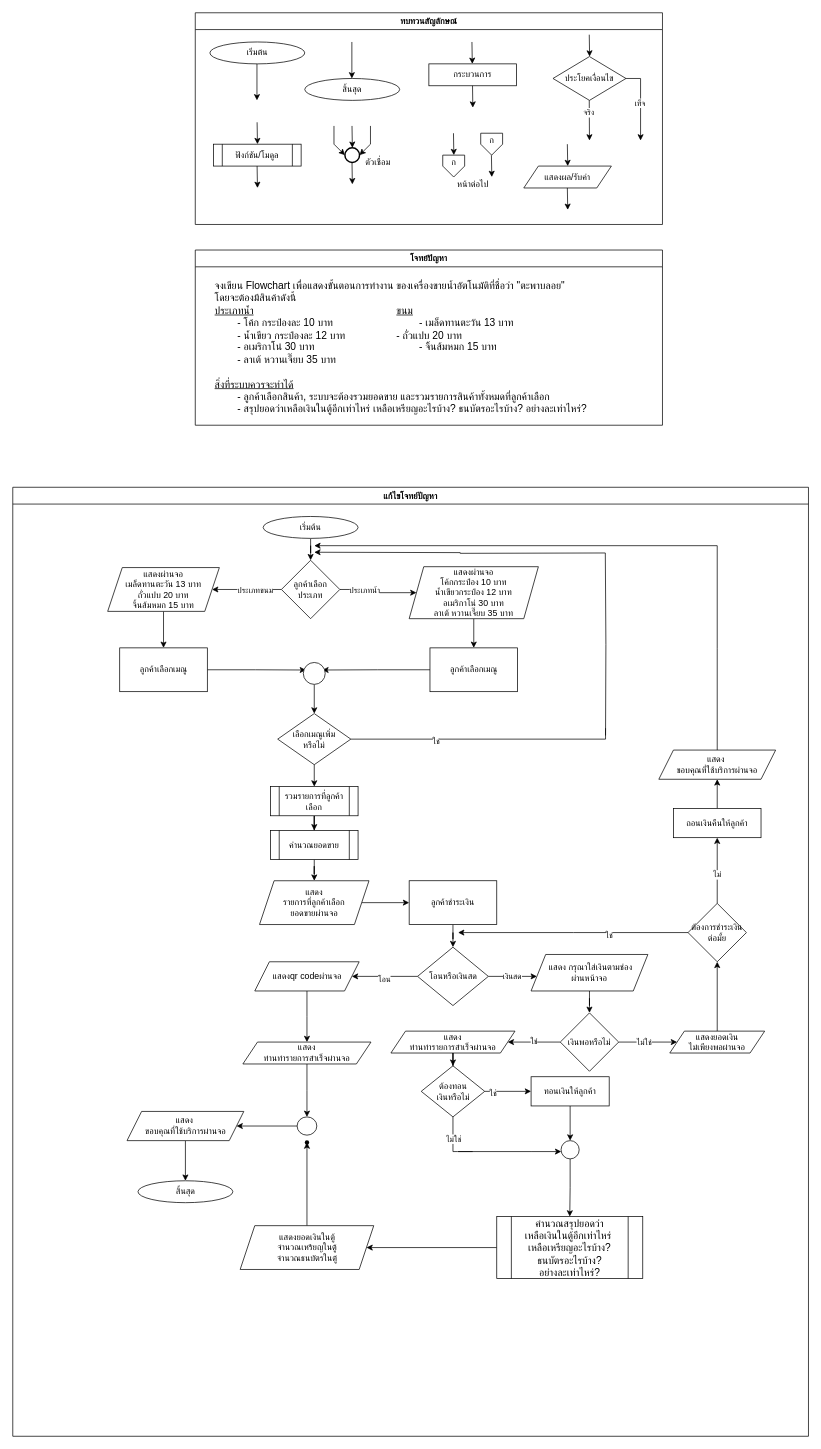
Kitsanapong-F/ENGCC304 keeps this draw.io diagram as LAB/LAB2.drawio. Above is the earlier version. Source tidied: cells renumbered, new cells numbered last; positions are measured from the earlier drawing's top-left corner, leaving out a move shared by most shapes. Both pictures are drawn from the tidied source at 73%, with x=0, y=0 at pixel (12, 12).
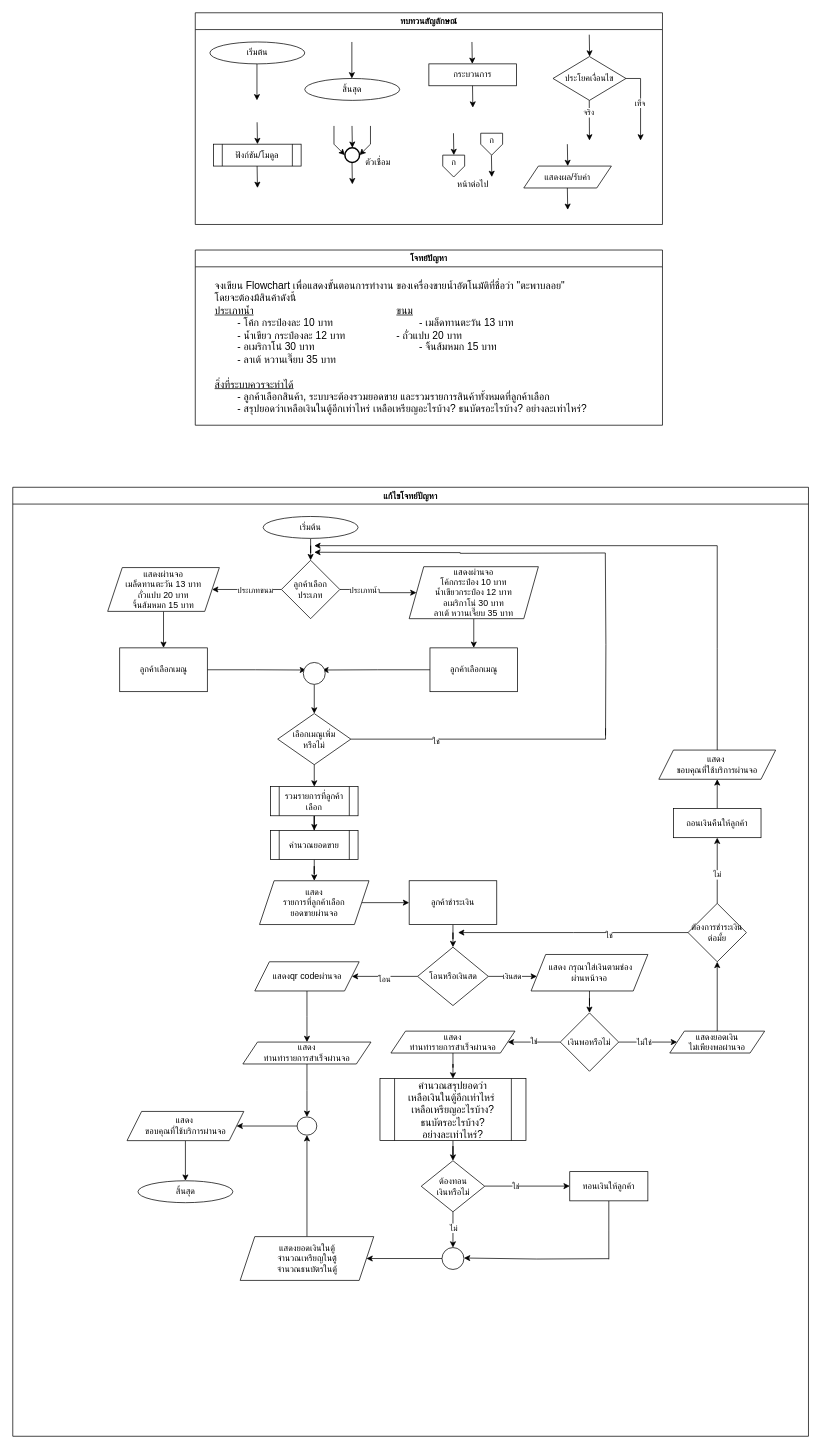
The same page after the edit.

The change refers to these unchanged cells:
```xml
<mxCell id="35" value="แก้ไขโจทย์ปัญหา" style="swimlane;fontFamily=Sarabun;" parent="1" vertex="1">
  <mxGeometry y="650" width="1090" height="1300" as="geometry" />
</mxCell>
<mxCell id="85" value="แสดง&lt;div&gt;&lt;span style=&quot;background-color: transparent; color: light-dark(rgb(0, 0, 0), rgb(255, 255, 255));&quot;&gt;ท่านทำรายการสำเร็จ&lt;/span&gt;&lt;span style=&quot;background-color: transparent; color: light-dark(rgb(0, 0, 0), rgb(255, 255, 255));&quot;&gt;ผ่านจอ&lt;/span&gt;&lt;/div&gt;" style="shape=parallelogram;perimeter=parallelogramPerimeter;whiteSpace=wrap;html=1;fixedSize=1;" parent="35" vertex="1">
  <mxGeometry x="518" y="745" width="170" height="30" as="geometry" />
</mxCell>
<mxCell id="99" style="ellipse;whiteSpace=wrap;html=1;" parent="35" vertex="1">
  <mxGeometry x="389.5" y="862.5" width="27" height="25" as="geometry" />
</mxCell>
```

The edit, as a diff of the source:
```diff
@@
-    <mxCell id="84" style="edgeStyle=orthogonalEdgeStyle;rounded=0;jettySize=auto;html=1;" parent="35" edge="1" source="85" target="108">
-      <mxGeometry relative="1" as="geometry" />
-    </mxCell>
+    <mxCell id="119" style="edgeStyle=orthogonalEdgeStyle;rounded=0;jettySize=auto;html=1;" parent="35" edge="1" source="85" target="103">
+      <mxGeometry relative="1" as="geometry" />
+    </mxCell>
@@
-    <mxCell id="102" style="edgeStyle=orthogonalEdgeStyle;rounded=0;jettySize=auto;html=1;entryX=1;entryY=0.5;entryDx=0;entryDy=0;" parent="35" edge="1" source="103" target="105">
-      <mxGeometry relative="1" as="geometry" />
-    </mxCell>
-    <mxCell id="103" value="&lt;span style=&quot;font-family: Sarabun; font-size: 14px; text-align: left; text-wrap-mode: nowrap;&quot;&gt;คำนวณสรุปยอดว่า&lt;/span&gt;&lt;div&gt;&lt;span style=&quot;font-family: Sarabun; font-size: 14px; text-align: left; text-wrap-mode: nowrap;&quot;&gt;เหลือเงินในตู้อีกเท่าไหร่&amp;nbsp;&lt;/span&gt;&lt;div&gt;&lt;span style=&quot;font-family: Sarabun; font-size: 14px; text-align: left; text-wrap-mode: nowrap;&quot;&gt;เหลือเหรียญอะไรบ้าง?&lt;/span&gt;&lt;/div&gt;&lt;div&gt;&lt;span style=&quot;font-family: Sarabun; font-size: 14px; text-align: left; text-wrap-mode: nowrap;&quot;&gt;&amp;nbsp;ธนบัตรอะไรบ้าง?&amp;nbsp;&lt;/span&gt;&lt;/div&gt;&lt;div&gt;&lt;span style=&quot;font-family: Sarabun; font-size: 14px; text-align: left; text-wrap-mode: nowrap;&quot;&gt;อย่างละเท่าไหร่?&lt;/span&gt;&lt;/div&gt;&lt;/div&gt;" style="shape=process;whiteSpace=wrap;html=1;backgroundOutline=1;" parent="35" vertex="1">
-      <mxGeometry x="663" y="999" width="200" height="85" as="geometry" />
-    </mxCell>
-    <mxCell id="104" style="edgeStyle=orthogonalEdgeStyle;rounded=0;jettySize=auto;html=1;" parent="35" edge="1" source="105" target="116">
+    <mxCell id="104" style="edgeStyle=orthogonalEdgeStyle;rounded=0;jettySize=auto;html=1;entryX=0.5;entryY=1;entryDx=0;entryDy=0;" parent="35" edge="1" source="105" target="99">
       <mxGeometry relative="1" as="geometry" />
     </mxCell>
     <mxCell id="105" value="แสดงยอดเงินในตู้&lt;div&gt;จำนวณเหรียญในตู้&lt;/div&gt;&lt;div&gt;จำนวณธนบัตรในตู้&lt;/div&gt;" style="shape=parallelogram;perimeter=parallelogramPerimeter;whiteSpace=wrap;html=1;fixedSize=1;" parent="35" vertex="1">
-      <mxGeometry x="311.5" y="1011.5" width="183" height="60" as="geometry" />
+      <mxGeometry x="311.5" y="1026.5" width="183" height="60" as="geometry" />
     </mxCell>
-    <mxCell id="106" style="edgeStyle=orthogonalEdgeStyle;rounded=0;jettySize=auto;html=1;" parent="35" edge="1" source="108" target="110">
-      <mxGeometry relative="1" as="geometry" />
+    <mxCell id="106" style="edgeStyle=orthogonalEdgeStyle;rounded=0;orthogonalLoop=1;jettySize=auto;html=1;" parent="35" edge="1">
+      <mxGeometry relative="1" as="geometry">
+        <mxPoint x="646.5" y="957.3" as="sourcePoint" />
+        <mxPoint x="763" y="957.3" as="targetPoint" />
+      </mxGeometry>
     </mxCell>
     <mxCell id="107" value="ใช่" style="edgeLabel;html=1;align=center;verticalAlign=middle;" parent="106" vertex="1">
-      <mxGeometry x="-0.66" y="-2" relative="1" as="geometry" />
+      <mxGeometry x="-0.66" y="-2" relative="1" as="geometry">
+        <mxPoint x="22" y="-2" as="offset" />
+      </mxGeometry>
     </mxCell>
+    <mxCell id="120" style="edgeStyle=orthogonalEdgeStyle;rounded=0;jettySize=auto;html=1;" parent="35" edge="1" source="108" target="125">
+      <mxGeometry relative="1" as="geometry" />
+    </mxCell>
+    <mxCell id="121" value="ไม่" style="edgeLabel;html=1;align=center;verticalAlign=middle;" parent="120" vertex="1">
+      <mxGeometry x="-0.16" relative="1" as="geometry">
+        <mxPoint y="1" as="offset" />
+      </mxGeometry>
+    </mxCell>
     <mxCell id="108" value="ต้องทอน&lt;div&gt;เงินหรือไม่&lt;/div&gt;" style="rhombus;whiteSpace=wrap;html=1;" parent="35" vertex="1">
-      <mxGeometry x="559.5" y="792.5" width="87" height="70" as="geometry" />
+      <mxGeometry x="559.5" y="922.5" width="87" height="70" as="geometry" />
     </mxCell>
-    <mxCell id="109" style="edgeStyle=orthogonalEdgeStyle;rounded=0;jettySize=auto;html=1;" parent="35" edge="1" source="110" target="113">
-      <mxGeometry relative="1" as="geometry" />
-    </mxCell>
+    <mxCell id="122" style="edgeStyle=orthogonalEdgeStyle;rounded=0;jettySize=auto;html=1;endArrow=none;endFill=0;" parent="35" edge="1" source="110">
+      <mxGeometry relative="1" as="geometry">
+        <mxPoint x="816.5" y="1057.5" as="targetPoint" />
+      </mxGeometry>
+    </mxCell>
     <mxCell id="110" value="ทอนเงินให้ลูกค้า" style="whiteSpace=wrap;html=1;" parent="35" vertex="1">
-      <mxGeometry x="710" y="807.5" width="107" height="40" as="geometry" />
+      <mxGeometry x="763" y="937.5" width="107" height="40" as="geometry" />
     </mxCell>
-    <mxCell id="111" style="edgeStyle=orthogonalEdgeStyle;rounded=0;jettySize=auto;html=1;endArrow=none;endFill=0;startArrow=classic;startFill=1;" parent="35" edge="1" source="113">
-      <mxGeometry relative="1" as="geometry">
-        <mxPoint x="610" y="910" as="targetPoint" />
-        <Array as="points">
-          <mxPoint x="710" y="910" />
-          <mxPoint x="710" y="910" />
-        </Array>
-      </mxGeometry>
-    </mxCell>
-    <mxCell id="112" style="edgeStyle=orthogonalEdgeStyle;rounded=0;jettySize=auto;html=1;" parent="35" edge="1" source="113" target="103">
-      <mxGeometry relative="1" as="geometry" />
-    </mxCell>
-    <mxCell id="113" style="ellipse;whiteSpace=wrap;html=1;" parent="35" vertex="1">
-      <mxGeometry x="751.1" y="895" width="24.8" height="25" as="geometry" />
-    </mxCell>
-    <mxCell id="114" style="edgeStyle=orthogonalEdgeStyle;rounded=0;jettySize=auto;html=1;endArrow=none;endFill=0;" parent="35" edge="1" source="108">
-      <mxGeometry relative="1" as="geometry">
-        <mxPoint x="630" y="910" as="targetPoint" />
-        <Array as="points">
-          <mxPoint x="603" y="910" />
-          <mxPoint x="609" y="910" />
-        </Array>
-      </mxGeometry>
-    </mxCell>
-    <mxCell id="115" value="ไม่ใช่" style="edgeLabel;html=1;align=center;verticalAlign=middle;" parent="114" vertex="1">
-      <mxGeometry x="-0.19" relative="1" as="geometry" />
-    </mxCell>
-    <mxCell id="116" style="shape=waypoint;sketch=0;size=6;points=[];fillColor=default;perimeter=centerPerimeter;snapToPoint=1;" parent="35" vertex="1">
-      <mxGeometry x="393" y="887.5" width="20" height="20" as="geometry" />
-    </mxCell>
+    <mxCell id="123" style="edgeStyle=orthogonalEdgeStyle;rounded=0;jettySize=auto;html=1;" parent="35" edge="1" source="103" target="108">
+      <mxGeometry relative="1" as="geometry" />
+    </mxCell>
+    <mxCell id="103" value="&lt;span style=&quot;font-family: Sarabun; font-size: 14px; text-align: left; text-wrap-mode: nowrap;&quot;&gt;คำนวณสรุปยอดว่า&lt;/span&gt;&lt;div&gt;&lt;span style=&quot;font-family: Sarabun; font-size: 14px; text-align: left; text-wrap-mode: nowrap;&quot;&gt;เหลือเงินในตู้อีกเท่าไหร่&amp;nbsp;&lt;/span&gt;&lt;div&gt;&lt;span style=&quot;font-family: Sarabun; font-size: 14px; text-align: left; text-wrap-mode: nowrap;&quot;&gt;เหลือเหรียญอะไรบ้าง?&lt;/span&gt;&lt;/div&gt;&lt;div&gt;&lt;span style=&quot;font-family: Sarabun; font-size: 14px; text-align: left; text-wrap-mode: nowrap;&quot;&gt;&amp;nbsp;ธนบัตรอะไรบ้าง?&amp;nbsp;&lt;/span&gt;&lt;/div&gt;&lt;div&gt;&lt;span style=&quot;font-family: Sarabun; font-size: 14px; text-align: left; text-wrap-mode: nowrap;&quot;&gt;อย่างละเท่าไหร่?&lt;/span&gt;&lt;/div&gt;&lt;/div&gt;" style="shape=process;whiteSpace=wrap;html=1;backgroundOutline=1;" parent="35" vertex="1">
+      <mxGeometry x="503" y="810" width="200" height="85" as="geometry" />
+    </mxCell>
+    <mxCell id="124" style="edgeStyle=orthogonalEdgeStyle;rounded=0;jettySize=auto;html=1;" parent="35" edge="1" source="125" target="105">
+      <mxGeometry relative="1" as="geometry" />
+    </mxCell>
+    <mxCell id="125" style="ellipse;whiteSpace=wrap;html=1;" parent="35" vertex="1">
+      <mxGeometry x="588" y="1041.5" width="30" height="30" as="geometry" />
+    </mxCell>
+    <mxCell id="126" style="edgeStyle=orthogonalEdgeStyle;rounded=0;orthogonalLoop=1;jettySize=auto;html=1;" parent="35" edge="1">
+      <mxGeometry relative="1" as="geometry">
+        <mxPoint x="816.5" y="1056.7" as="sourcePoint" />
+        <mxPoint x="618" y="1055.8" as="targetPoint" />
+      </mxGeometry>
+    </mxCell>
```
